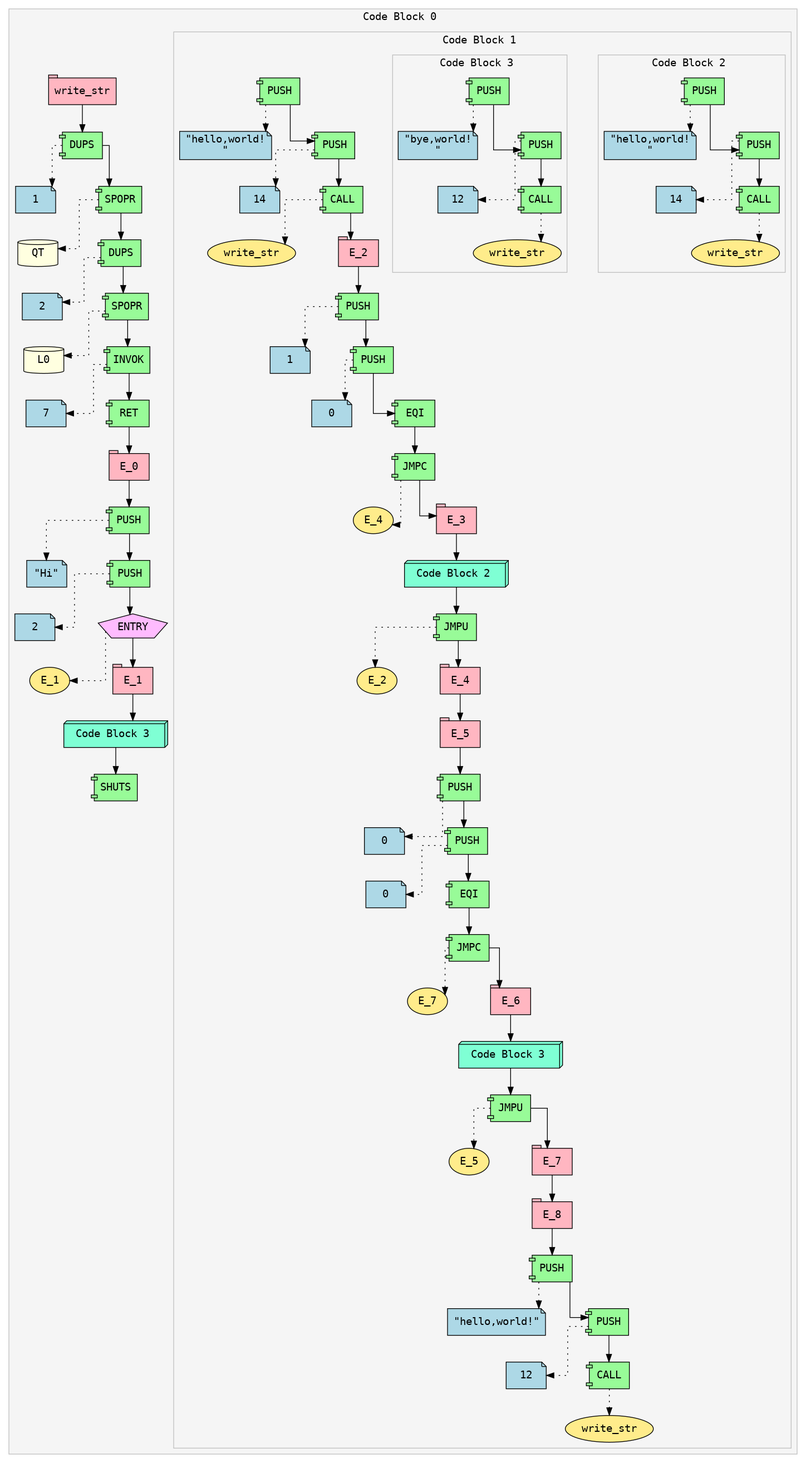
This is ir.png from Soham-Metha/IICT_Segfault_2025, a Graphviz export, as it was before one commit. Its source is kept beside it as ir.dot.
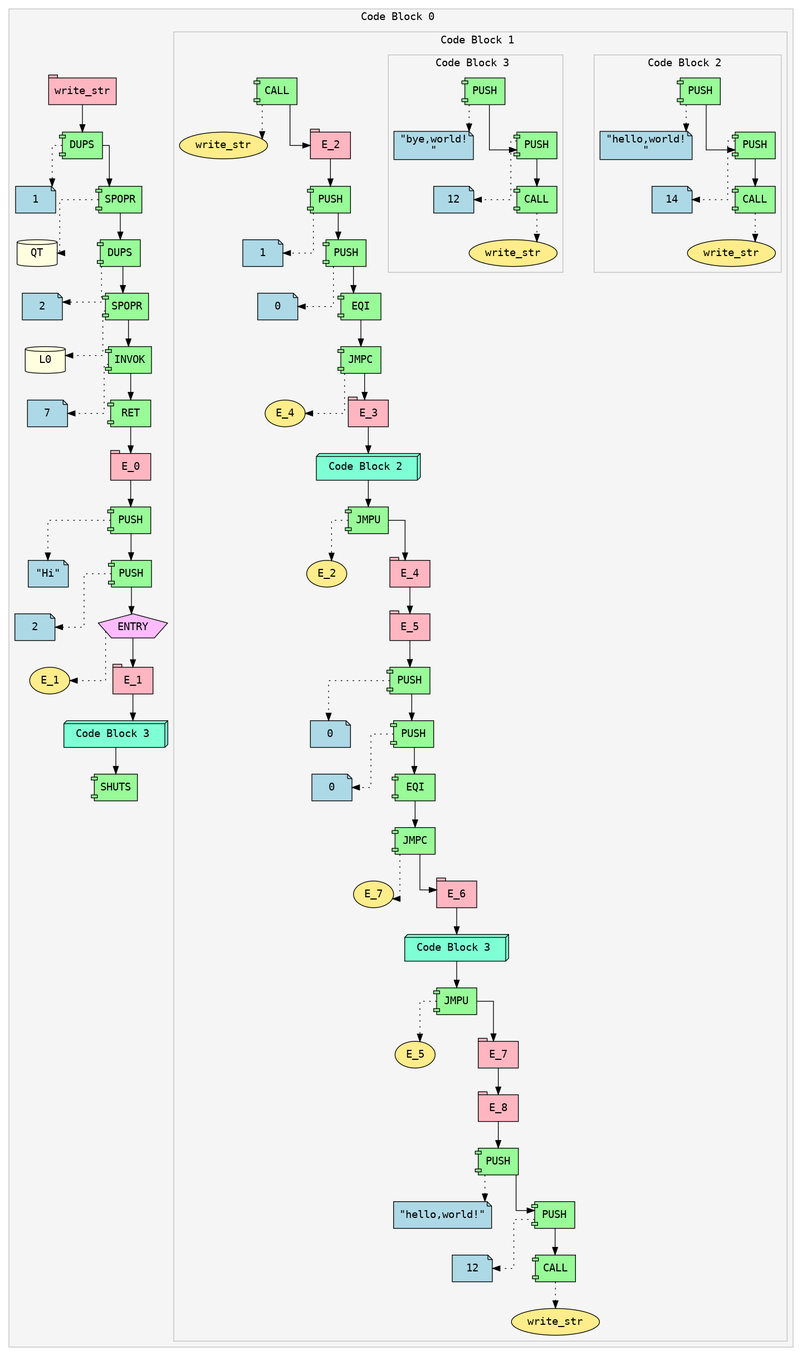
The same file after the commit.

Diff of the diagram source:
```diff
@@ -53,123 +53,115 @@
 color=gray;
 fillcolor=whitesmoke;
 fontname="Courier";
-Expr_22 [shape=component style=filled fillcolor=palegreen fontname="Courier" label="PUSH"]
-Expr_23 [shape=note style=filled fillcolor=lightblue fontname="Courier" label="\"hello,world!\n\""]
+Expr_22 [shape=component style=filled fillcolor=palegreen fontname="Courier" label="CALL"]
+Expr_23 [shape=ellipse style=filled fillcolor=lightgoldenrod1 fontname="Courier" label="write_str"]
 Expr_22 -> Expr_23 [style=dotted]
-Expr_24 [shape=component style=filled fillcolor=palegreen fontname="Courier" label="PUSH"]
-Expr_25 [shape=note style=filled fillcolor=lightblue fontname="Courier" label="14"]
-Expr_24 -> Expr_25 [style=dotted]
+Expr_24 [shape=tab style=filled fillcolor=lightpink fontname="Courier" label="E_2"]
 Expr_22 -> Expr_24;
-Expr_26 [shape=component style=filled fillcolor=palegreen fontname="Courier" label="CALL"]
-Expr_27 [shape=ellipse style=filled fillcolor=lightgoldenrod1 fontname="Courier" label="write_str"]
-Expr_26 -> Expr_27 [style=dotted]
-Expr_24 -> Expr_26;
-Expr_28 [shape=tab style=filled fillcolor=lightpink fontname="Courier" label="E_2"]
-Expr_26 -> Expr_28;
-Expr_29 [shape=component style=filled fillcolor=palegreen fontname="Courier" label="PUSH"]
-Expr_30 [shape=note style=filled fillcolor=lightblue fontname="Courier" label="1"]
-Expr_29 -> Expr_30 [style=dotted]
-Expr_28 -> Expr_29;
-Expr_31 [shape=component style=filled fillcolor=palegreen fontname="Courier" label="PUSH"]
-Expr_32 [shape=note style=filled fillcolor=lightblue fontname="Courier" label="0"]
-Expr_31 -> Expr_32 [style=dotted]
-Expr_29 -> Expr_31;
-Expr_33 [shape=component style=filled fillcolor=palegreen fontname="Courier" label="EQI"]
-Expr_31 -> Expr_33;
-Expr_34 [shape=component style=filled fillcolor=palegreen fontname="Courier" label="JMPC"]
-Expr_35 [shape=ellipse style=filled fillcolor=lightgoldenrod1 fontname="Courier" label="E_4"]
-Expr_34 -> Expr_35 [style=dotted]
-Expr_33 -> Expr_34;
-Expr_36 [shape=tab style=filled fillcolor=lightpink fontname="Courier" label="E_3"]
-Expr_34 -> Expr_36;
-subgraph cluster_37 {
+Expr_25 [shape=component style=filled fillcolor=palegreen fontname="Courier" label="PUSH"]
+Expr_26 [shape=note style=filled fillcolor=lightblue fontname="Courier" label="1"]
+Expr_25 -> Expr_26 [style=dotted]
+Expr_24 -> Expr_25;
+Expr_27 [shape=component style=filled fillcolor=palegreen fontname="Courier" label="PUSH"]
+Expr_28 [shape=note style=filled fillcolor=lightblue fontname="Courier" label="0"]
+Expr_27 -> Expr_28 [style=dotted]
+Expr_25 -> Expr_27;
+Expr_29 [shape=component style=filled fillcolor=palegreen fontname="Courier" label="EQI"]
+Expr_27 -> Expr_29;
+Expr_30 [shape=component style=filled fillcolor=palegreen fontname="Courier" label="JMPC"]
+Expr_31 [shape=ellipse style=filled fillcolor=lightgoldenrod1 fontname="Courier" label="E_4"]
+Expr_30 -> Expr_31 [style=dotted]
+Expr_29 -> Expr_30;
+Expr_32 [shape=tab style=filled fillcolor=lightpink fontname="Courier" label="E_3"]
+Expr_30 -> Expr_32;
+subgraph cluster_33 {
 label="Code Block 2 ";
 style=filled;
 color=gray;
 fillcolor=whitesmoke;
 fontname="Courier";
-Expr_38 [shape=component style=filled fillcolor=palegreen fontname="Courier" label="PUSH"]
-Expr_39 [shape=note style=filled fillcolor=lightblue fontname="Courier" label="\"hello,world!\n\""]
+Expr_34 [shape=component style=filled fillcolor=palegreen fontname="Courier" label="PUSH"]
+Expr_35 [shape=note style=filled fillcolor=lightblue fontname="Courier" label="\"hello,world!\n\""]
+Expr_34 -> Expr_35 [style=dotted]
+Expr_36 [shape=component style=filled fillcolor=palegreen fontname="Courier" label="PUSH"]
+Expr_37 [shape=note style=filled fillcolor=lightblue fontname="Courier" label="14"]
+Expr_36 -> Expr_37 [style=dotted]
+Expr_34 -> Expr_36;
+Expr_38 [shape=component style=filled fillcolor=palegreen fontname="Courier" label="CALL"]
+Expr_39 [shape=ellipse style=filled fillcolor=lightgoldenrod1 fontname="Courier" label="write_str"]
 Expr_38 -> Expr_39 [style=dotted]
-Expr_40 [shape=component style=filled fillcolor=palegreen fontname="Courier" label="PUSH"]
-Expr_41 [shape=note style=filled fillcolor=lightblue fontname="Courier" label="14"]
+Expr_36 -> Expr_38;
+}
+Expr_33 [shape=box3d style=filled fillcolor=aquamarine fontname="Courier" label=" Code Block 2  "]
+Expr_32 -> Expr_33;
+Expr_40 [shape=component style=filled fillcolor=palegreen fontname="Courier" label="JMPU"]
+Expr_41 [shape=ellipse style=filled fillcolor=lightgoldenrod1 fontname="Courier" label="E_2"]
 Expr_40 -> Expr_41 [style=dotted]
-Expr_38 -> Expr_40;
-Expr_42 [shape=component style=filled fillcolor=palegreen fontname="Courier" label="CALL"]
-Expr_43 [shape=ellipse style=filled fillcolor=lightgoldenrod1 fontname="Courier" label="write_str"]
-Expr_42 -> Expr_43 [style=dotted]
+Expr_33 -> Expr_40;
+Expr_42 [shape=tab style=filled fillcolor=lightpink fontname="Courier" label="E_4"]
 Expr_40 -> Expr_42;
-}
-Expr_37 [shape=box3d style=filled fillcolor=aquamarine fontname="Courier" label=" Code Block 2  "]
-Expr_36 -> Expr_37;
-Expr_44 [shape=component style=filled fillcolor=palegreen fontname="Courier" label="JMPU"]
-Expr_45 [shape=ellipse style=filled fillcolor=lightgoldenrod1 fontname="Courier" label="E_2"]
+Expr_43 [shape=tab style=filled fillcolor=lightpink fontname="Courier" label="E_5"]
+Expr_42 -> Expr_43;
+Expr_44 [shape=component style=filled fillcolor=palegreen fontname="Courier" label="PUSH"]
+Expr_45 [shape=note style=filled fillcolor=lightblue fontname="Courier" label="0"]
 Expr_44 -> Expr_45 [style=dotted]
-Expr_37 -> Expr_44;
-Expr_46 [shape=tab style=filled fillcolor=lightpink fontname="Courier" label="E_4"]
+Expr_43 -> Expr_44;
+Expr_46 [shape=component style=filled fillcolor=palegreen fontname="Courier" label="PUSH"]
+Expr_47 [shape=note style=filled fillcolor=lightblue fontname="Courier" label="0"]
+Expr_46 -> Expr_47 [style=dotted]
 Expr_44 -> Expr_46;
-Expr_47 [shape=tab style=filled fillcolor=lightpink fontname="Courier" label="E_5"]
-Expr_46 -> Expr_47;
-Expr_48 [shape=component style=filled fillcolor=palegreen fontname="Courier" label="PUSH"]
-Expr_49 [shape=note style=filled fillcolor=lightblue fontname="Courier" label="0"]
-Expr_48 -> Expr_49 [style=dotted]
-Expr_47 -> Expr_48;
-Expr_50 [shape=component style=filled fillcolor=palegreen fontname="Courier" label="PUSH"]
-Expr_51 [shape=note style=filled fillcolor=lightblue fontname="Courier" label="0"]
-Expr_50 -> Expr_51 [style=dotted]
-Expr_48 -> Expr_50;
-Expr_52 [shape=component style=filled fillcolor=palegreen fontname="Courier" label="EQI"]
-Expr_50 -> Expr_52;
-Expr_53 [shape=component style=filled fillcolor=palegreen fontname="Courier" label="JMPC"]
-Expr_54 [shape=ellipse style=filled fillcolor=lightgoldenrod1 fontname="Courier" label="E_7"]
-Expr_53 -> Expr_54 [style=dotted]
-Expr_52 -> Expr_53;
-Expr_55 [shape=tab style=filled fillcolor=lightpink fontname="Courier" label="E_6"]
-Expr_53 -> Expr_55;
-subgraph cluster_56 {
+Expr_48 [shape=component style=filled fillcolor=palegreen fontname="Courier" label="EQI"]
+Expr_46 -> Expr_48;
+Expr_49 [shape=component style=filled fillcolor=palegreen fontname="Courier" label="JMPC"]
+Expr_50 [shape=ellipse style=filled fillcolor=lightgoldenrod1 fontname="Courier" label="E_7"]
+Expr_49 -> Expr_50 [style=dotted]
+Expr_48 -> Expr_49;
+Expr_51 [shape=tab style=filled fillcolor=lightpink fontname="Courier" label="E_6"]
+Expr_49 -> Expr_51;
+subgraph cluster_52 {
 label="Code Block 3 ";
 style=filled;
 color=gray;
 fillcolor=whitesmoke;
 fontname="Courier";
-Expr_57 [shape=component style=filled fillcolor=palegreen fontname="Courier" label="PUSH"]
-Expr_58 [shape=note style=filled fillcolor=lightblue fontname="Courier" label="\"bye,world!\n\""]
+Expr_53 [shape=component style=filled fillcolor=palegreen fontname="Courier" label="PUSH"]
+Expr_54 [shape=note style=filled fillcolor=lightblue fontname="Courier" label="\"bye,world!\n\""]
+Expr_53 -> Expr_54 [style=dotted]
+Expr_55 [shape=component style=filled fillcolor=palegreen fontname="Courier" label="PUSH"]
+Expr_56 [shape=note style=filled fillcolor=lightblue fontname="Courier" label="12"]
+Expr_55 -> Expr_56 [style=dotted]
+Expr_53 -> Expr_55;
+Expr_57 [shape=component style=filled fillcolor=palegreen fontname="Courier" label="CALL"]
+Expr_58 [shape=ellipse style=filled fillcolor=lightgoldenrod1 fontname="Courier" label="write_str"]
 Expr_57 -> Expr_58 [style=dotted]
-Expr_59 [shape=component style=filled fillcolor=palegreen fontname="Courier" label="PUSH"]
-Expr_60 [shape=note style=filled fillcolor=lightblue fontname="Courier" label="12"]
+Expr_55 -> Expr_57;
+}
+Expr_52 [shape=box3d style=filled fillcolor=aquamarine fontname="Courier" label=" Code Block 3  "]
+Expr_51 -> Expr_52;
+Expr_59 [shape=component style=filled fillcolor=palegreen fontname="Courier" label="JMPU"]
+Expr_60 [shape=ellipse style=filled fillcolor=lightgoldenrod1 fontname="Courier" label="E_5"]
 Expr_59 -> Expr_60 [style=dotted]
-Expr_57 -> Expr_59;
-Expr_61 [shape=component style=filled fillcolor=palegreen fontname="Courier" label="CALL"]
-Expr_62 [shape=ellipse style=filled fillcolor=lightgoldenrod1 fontname="Courier" label="write_str"]
-Expr_61 -> Expr_62 [style=dotted]
+Expr_52 -> Expr_59;
+Expr_61 [shape=tab style=filled fillcolor=lightpink fontname="Courier" label="E_7"]
 Expr_59 -> Expr_61;
-}
-Expr_56 [shape=box3d style=filled fillcolor=aquamarine fontname="Courier" label=" Code Block 3  "]
-Expr_55 -> Expr_56;
-Expr_63 [shape=component style=filled fillcolor=palegreen fontname="Courier" label="JMPU"]
-Expr_64 [shape=ellipse style=filled fillcolor=lightgoldenrod1 fontname="Courier" label="E_5"]
+Expr_62 [shape=tab style=filled fillcolor=lightpink fontname="Courier" label="E_8"]
+Expr_61 -> Expr_62;
+Expr_63 [shape=component style=filled fillcolor=palegreen fontname="Courier" label="PUSH"]
+Expr_64 [shape=note style=filled fillcolor=lightblue fontname="Courier" label="\"hello,world!\""]
 Expr_63 -> Expr_64 [style=dotted]
-Expr_56 -> Expr_63;
-Expr_65 [shape=tab style=filled fillcolor=lightpink fontname="Courier" label="E_7"]
+Expr_62 -> Expr_63;
+Expr_65 [shape=component style=filled fillcolor=palegreen fontname="Courier" label="PUSH"]
+Expr_66 [shape=note style=filled fillcolor=lightblue fontname="Courier" label="12"]
+Expr_65 -> Expr_66 [style=dotted]
 Expr_63 -> Expr_65;
-Expr_66 [shape=tab style=filled fillcolor=lightpink fontname="Courier" label="E_8"]
-Expr_65 -> Expr_66;
-Expr_67 [shape=component style=filled fillcolor=palegreen fontname="Courier" label="PUSH"]
-Expr_68 [shape=note style=filled fillcolor=lightblue fontname="Courier" label="\"hello,world!\""]
+Expr_67 [shape=component style=filled fillcolor=palegreen fontname="Courier" label="CALL"]
+Expr_68 [shape=ellipse style=filled fillcolor=lightgoldenrod1 fontname="Courier" label="write_str"]
 Expr_67 -> Expr_68 [style=dotted]
-Expr_66 -> Expr_67;
-Expr_69 [shape=component style=filled fillcolor=palegreen fontname="Courier" label="PUSH"]
-Expr_70 [shape=note style=filled fillcolor=lightblue fontname="Courier" label="12"]
-Expr_69 -> Expr_70 [style=dotted]
-Expr_67 -> Expr_69;
-Expr_71 [shape=component style=filled fillcolor=palegreen fontname="Courier" label="CALL"]
-Expr_72 [shape=ellipse style=filled fillcolor=lightgoldenrod1 fontname="Courier" label="write_str"]
-Expr_71 -> Expr_72 [style=dotted]
-Expr_69 -> Expr_71;
+Expr_65 -> Expr_67;
 }
 Expr_21 [shape=box3d style=filled fillcolor=aquamarine fontname="Courier" label=" Code Block 3  "]
 Expr_20 -> Expr_21;
-Expr_73 [shape=component style=filled fillcolor=palegreen fontname="Courier" label="SHUTS"]
-Expr_21 -> Expr_73;
+Expr_69 [shape=component style=filled fillcolor=palegreen fontname="Courier" label="SHUTS"]
+Expr_21 -> Expr_69;
 }
 }
```
